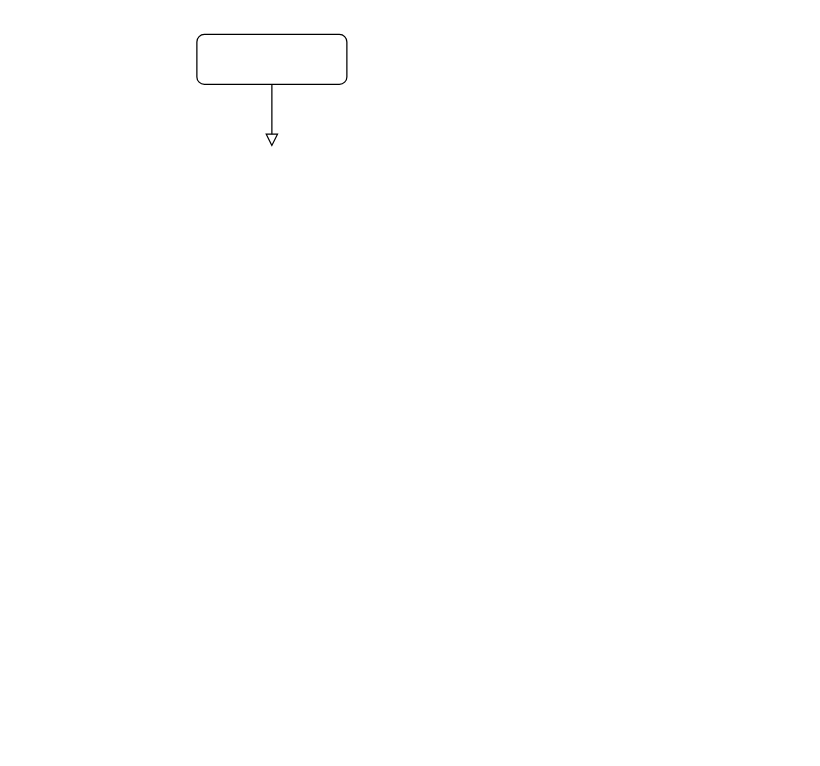
Above: diagram/Assignment_1.drawio in Etherealee/IP_GroupProject (draw.io), before the change. Source tidied: cells renumbered, new cells numbered last; positions are measured from the earlier drawing's top-left corner, leaving out a move shared by most shapes. Both pictures are drawn from the tidied source at 125%, with x=0, y=0 at pixel (196, 34).
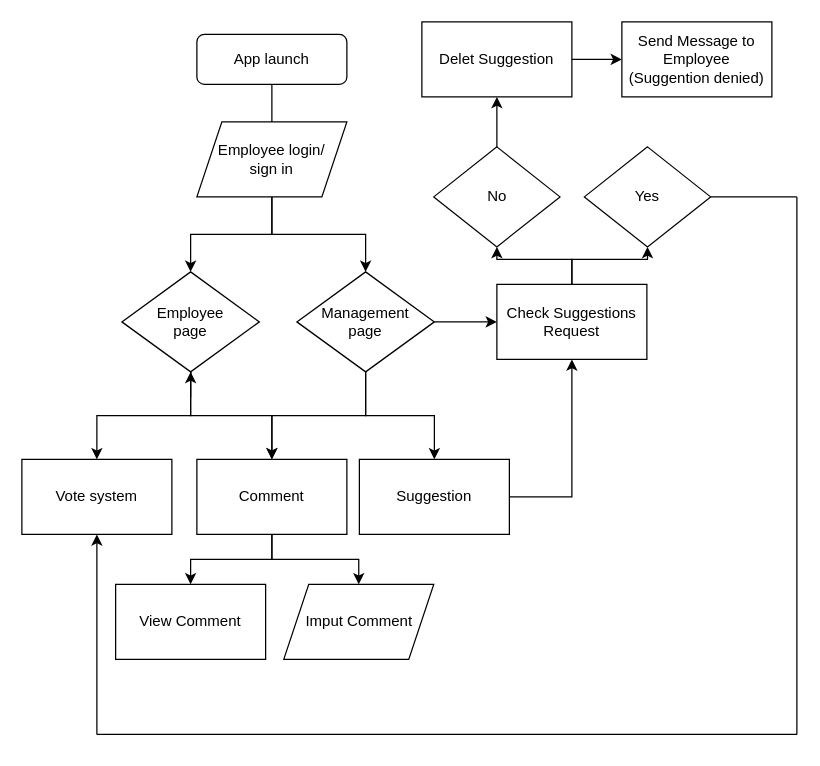
After the change.

What changed in the source:
```diff
@@
-    <mxCell id="3" style="rounded=1;whiteSpace=wrap;html=1;fontSize=12;glass=0;strokeWidth=1;shadow=0;" parent="1" vertex="1">
+    <mxCell id="3" value="App launch" style="rounded=1;whiteSpace=wrap;html=1;fontSize=12;glass=0;strokeWidth=1;shadow=0;" parent="1" vertex="1">
       <mxGeometry width="120" height="40" as="geometry" />
     </mxCell>
+    <mxCell id="4" style="edgeStyle=orthogonalEdgeStyle;rounded=0;jettySize=auto;html=1;" parent="1" edge="1" source="6" target="10">
+      <mxGeometry relative="1" as="geometry" />
+    </mxCell>
+    <mxCell id="5" style="edgeStyle=orthogonalEdgeStyle;rounded=0;jettySize=auto;html=1;entryX=0.5;entryY=0;entryDx=0;entryDy=0;" parent="1" edge="1" source="6" target="14">
+      <mxGeometry relative="1" as="geometry" />
+    </mxCell>
+    <mxCell id="6" value="Employee login/&lt;br&gt;sign in" style="shape=parallelogram;perimeter=parallelogramPerimeter;whiteSpace=wrap;html=1;fixedSize=1;" parent="1" vertex="1">
+      <mxGeometry y="70" width="120" height="60" as="geometry" />
+    </mxCell>
+    <mxCell id="7" style="edgeStyle=orthogonalEdgeStyle;rounded=0;jettySize=auto;html=1;entryX=0.5;entryY=0;entryDx=0;entryDy=0;" parent="1" edge="1" source="10" target="21">
+      <mxGeometry relative="1" as="geometry" />
+    </mxCell>
+    <mxCell id="8" style="edgeStyle=orthogonalEdgeStyle;rounded=0;jettySize=auto;html=1;" parent="1" edge="1" source="10" target="20">
+      <mxGeometry relative="1" as="geometry" />
+    </mxCell>
+    <mxCell id="9" style="edgeStyle=orthogonalEdgeStyle;rounded=0;jettySize=auto;html=1;" parent="1" edge="1" source="10">
+      <mxGeometry relative="1" as="geometry">
+        <mxPoint x="-5" y="270" as="targetPoint" />
+      </mxGeometry>
+    </mxCell>
+    <mxCell id="10" value="Employee&lt;br&gt;page" style="rhombus;whiteSpace=wrap;html=1;" parent="1" vertex="1">
+      <mxGeometry x="-60" y="190" width="110" height="80" as="geometry" />
+    </mxCell>
+    <mxCell id="11" style="edgeStyle=orthogonalEdgeStyle;rounded=0;jettySize=auto;html=1;" parent="1" edge="1" source="14" target="20">
+      <mxGeometry relative="1" as="geometry" />
+    </mxCell>
+    <mxCell id="12" style="edgeStyle=orthogonalEdgeStyle;rounded=0;jettySize=auto;html=1;entryX=0.5;entryY=0;entryDx=0;entryDy=0;" parent="1" edge="1" source="14" target="23">
+      <mxGeometry relative="1" as="geometry" />
+    </mxCell>
+    <mxCell id="13" style="edgeStyle=orthogonalEdgeStyle;rounded=0;jettySize=auto;html=1;entryX=0;entryY=0.5;entryDx=0;entryDy=0;" parent="1" edge="1" source="14" target="17">
+      <mxGeometry relative="1" as="geometry" />
+    </mxCell>
+    <mxCell id="14" value="Management&lt;br&gt;page" style="rhombus;whiteSpace=wrap;html=1;" parent="1" vertex="1">
+      <mxGeometry x="80" y="190" width="110" height="80" as="geometry" />
+    </mxCell>
+    <mxCell id="15" style="edgeStyle=orthogonalEdgeStyle;rounded=0;jettySize=auto;html=1;" parent="1" edge="1" source="17" target="24">
+      <mxGeometry relative="1" as="geometry" />
+    </mxCell>
+    <mxCell id="16" style="edgeStyle=orthogonalEdgeStyle;rounded=0;jettySize=auto;html=1;entryX=0.5;entryY=1;entryDx=0;entryDy=0;" parent="1" edge="1" source="17" target="26">
+      <mxGeometry relative="1" as="geometry" />
+    </mxCell>
+    <mxCell id="17" value="Check Suggestions Request" style="rounded=0;whiteSpace=wrap;html=1;" parent="1" vertex="1">
+      <mxGeometry x="240" y="200" width="120" height="60" as="geometry" />
+    </mxCell>
+    <mxCell id="18" style="edgeStyle=orthogonalEdgeStyle;rounded=0;jettySize=auto;html=1;exitX=0.5;exitY=1;exitDx=0;exitDy=0;" parent="1" edge="1" source="20">
+      <mxGeometry relative="1" as="geometry">
+        <mxPoint x="-5" y="440" as="targetPoint" />
+        <Array as="points">
+          <mxPoint x="60" y="420" />
+          <mxPoint x="-5" y="420" />
+        </Array>
+      </mxGeometry>
+    </mxCell>
+    <mxCell id="19" style="edgeStyle=orthogonalEdgeStyle;rounded=0;jettySize=auto;html=1;" parent="1" edge="1" source="20" target="34">
+      <mxGeometry relative="1" as="geometry" />
+    </mxCell>
+    <mxCell id="20" value="Comment" style="rounded=0;whiteSpace=wrap;html=1;" parent="1" vertex="1">
+      <mxGeometry y="340" width="120" height="60" as="geometry" />
+    </mxCell>
+    <mxCell id="21" value="Vote system" style="rounded=0;whiteSpace=wrap;html=1;" parent="1" vertex="1">
+      <mxGeometry x="-140" y="340" width="120" height="60" as="geometry" />
+    </mxCell>
+    <mxCell id="22" style="edgeStyle=orthogonalEdgeStyle;rounded=0;jettySize=auto;html=1;entryX=0.5;entryY=1;entryDx=0;entryDy=0;exitX=1;exitY=0.5;exitDx=0;exitDy=0;" parent="1" edge="1" source="23" target="17">
+      <mxGeometry relative="1" as="geometry" />
+    </mxCell>
+    <mxCell id="23" value="Suggestion" style="rounded=0;whiteSpace=wrap;html=1;" parent="1" vertex="1">
+      <mxGeometry x="130" y="340" width="120" height="60" as="geometry" />
+    </mxCell>
+    <mxCell id="24" value="Yes" style="rhombus;whiteSpace=wrap;html=1;rounded=0;" parent="1" vertex="1">
+      <mxGeometry x="310" y="90" width="101" height="80" as="geometry" />
+    </mxCell>
+    <mxCell id="25" style="edgeStyle=orthogonalEdgeStyle;rounded=0;jettySize=auto;html=1;entryX=0.5;entryY=1;entryDx=0;entryDy=0;" parent="1" edge="1" source="26" target="28">
+      <mxGeometry relative="1" as="geometry" />
+    </mxCell>
+    <mxCell id="26" value="No" style="rhombus;whiteSpace=wrap;html=1;rounded=0;" parent="1" vertex="1">
+      <mxGeometry x="189.5" y="90" width="101" height="80" as="geometry" />
+    </mxCell>
+    <mxCell id="27" style="edgeStyle=orthogonalEdgeStyle;rounded=0;jettySize=auto;html=1;" parent="1" edge="1" source="28" target="29">
+      <mxGeometry relative="1" as="geometry" />
+    </mxCell>
+    <mxCell id="28" value="Delet Suggestion" style="whiteSpace=wrap;html=1;rounded=0;" parent="1" vertex="1">
+      <mxGeometry x="180" y="-10" width="120" height="60" as="geometry" />
+    </mxCell>
+    <mxCell id="29" value="Send Message to Employee&lt;br&gt;(Suggention denied)" style="whiteSpace=wrap;html=1;rounded=0;" parent="1" vertex="1">
+      <mxGeometry x="340" y="-10" width="120" height="60" as="geometry" />
+    </mxCell>
+    <mxCell id="30" style="endArrow=none;html=1;rounded=0;entryX=1;entryY=0.5;entryDx=0;entryDy=0;" parent="1" edge="1" target="24">
+      <mxGeometry relative="1" as="geometry">
+        <mxPoint x="480" y="130" as="sourcePoint" />
+      </mxGeometry>
+    </mxCell>
+    <mxCell id="31" style="endArrow=none;html=1;rounded=0;" parent="1" edge="1">
+      <mxGeometry relative="1" as="geometry">
+        <mxPoint x="480" y="560" as="sourcePoint" />
+        <mxPoint x="480" y="130" as="targetPoint" />
+      </mxGeometry>
+    </mxCell>
+    <mxCell id="32" style="endArrow=none;html=1;rounded=0;" parent="1" edge="1">
+      <mxGeometry relative="1" as="geometry">
+        <mxPoint x="-80" y="560" as="sourcePoint" />
+        <mxPoint x="480" y="560" as="targetPoint" />
+      </mxGeometry>
+    </mxCell>
+    <mxCell id="33" style="endArrow=classic;html=1;rounded=0;entryX=0.5;entryY=1;entryDx=0;entryDy=0;" parent="1" edge="1" target="21">
+      <mxGeometry relative="1" as="geometry">
+        <mxPoint x="-80" y="560" as="sourcePoint" />
+      </mxGeometry>
+    </mxCell>
+    <mxCell id="34" value="Imput Comment" style="shape=parallelogram;perimeter=parallelogramPerimeter;whiteSpace=wrap;html=1;fixedSize=1;" parent="1" vertex="1">
+      <mxGeometry x="69.5" y="440" width="120" height="60" as="geometry" />
+    </mxCell>
+    <mxCell id="35" value="View Comment" style="rounded=0;whiteSpace=wrap;html=1;" parent="1" vertex="1">
+      <mxGeometry x="-65" y="440" width="120" height="60" as="geometry" />
+    </mxCell>
```
